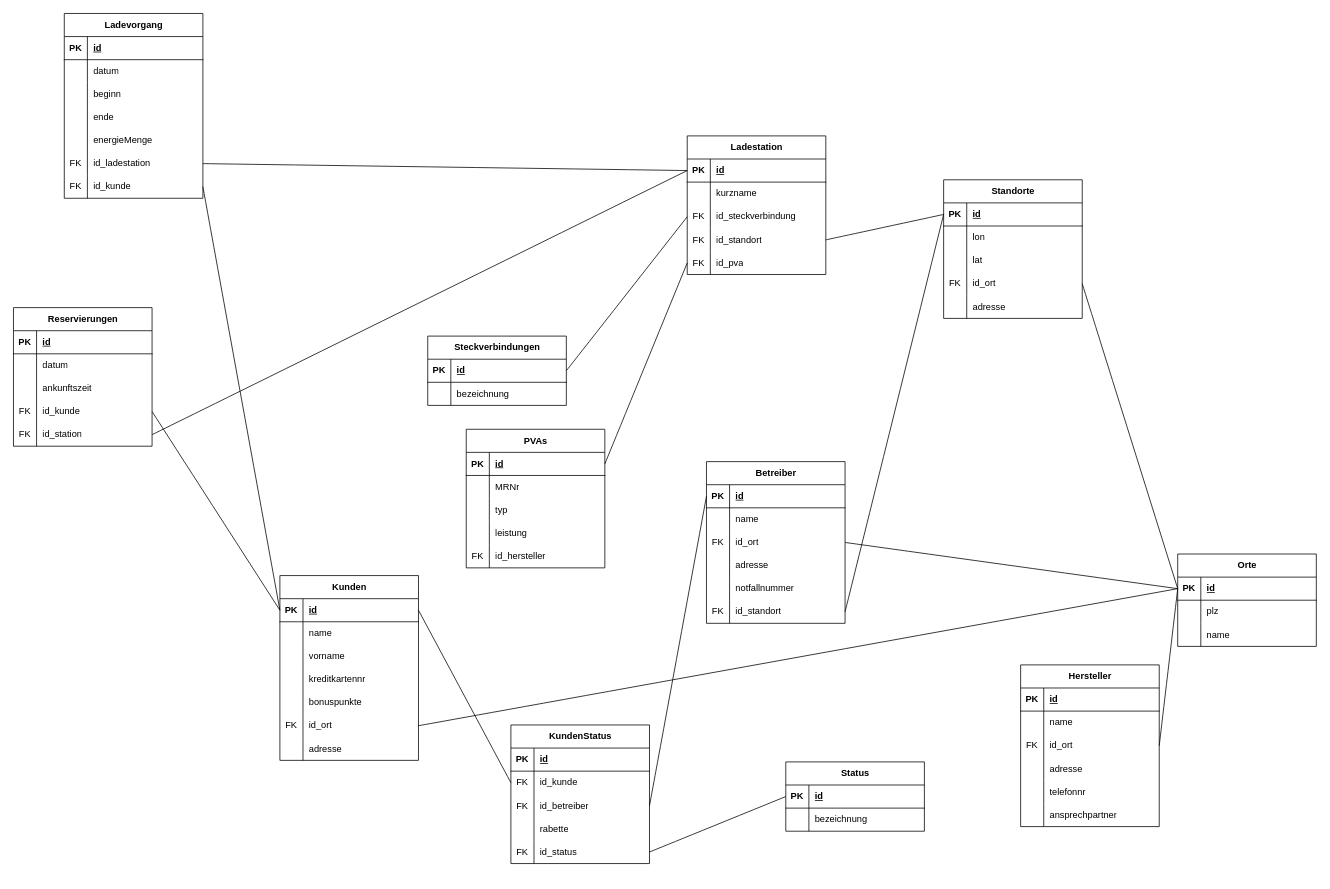
tte09/draw.io keeps this draw.io diagram as Blatt5Nr1.drawio. Above is the earlier version. Source tidied: cells renumbered, new cells numbered last; positions are measured from the earlier drawing's top-left corner, leaving out a move shared by most shapes. Both pictures are drawn from the tidied source at 77%, with x=0, y=0 at pixel (13, 13).
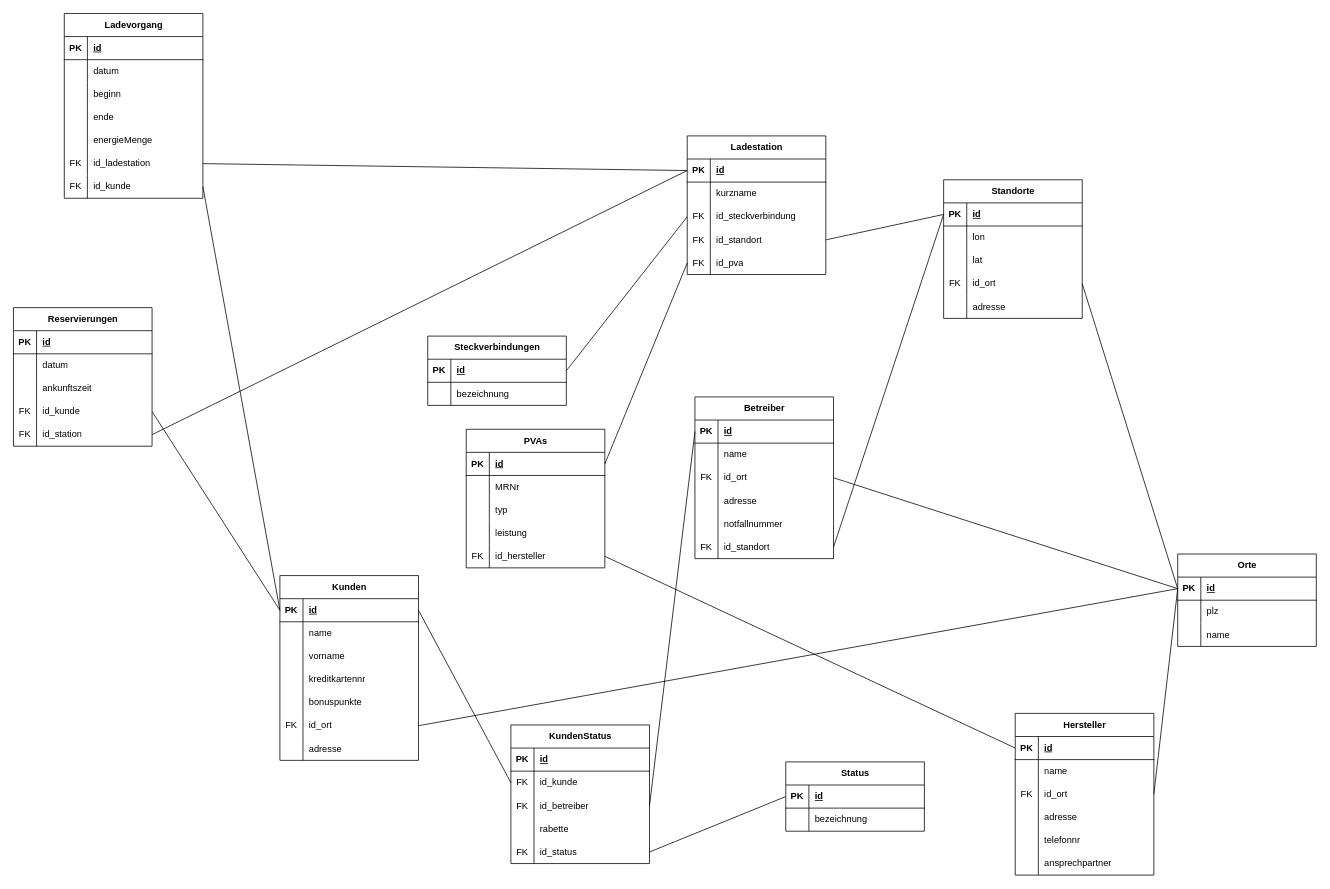
Above is the later version.

Unchanged cells that the change refers to:
```xml
<mxCell id="89" style="shape=tableRow;horizontal=0;startSize=0;swimlaneHead=0;swimlaneBody=0;fillColor=none;points=[[0,0.5],[1,0.5]];portConstraint=eastwest;top=0;left=0;right=0;bottom=0;" parent="76" vertex="1">
  <mxGeometry y="150" width="180" height="30" as="geometry" />
</mxCell>
<mxCell id="94" style="shape=tableRow;horizontal=0;startSize=0;swimlaneHead=0;swimlaneBody=0;fillColor=none;points=[[0,0.5],[1,0.5]];portConstraint=eastwest;top=0;left=0;right=0;bottom=1;" parent="93" vertex="1">
  <mxGeometry y="30" width="180" height="30" as="geometry" />
</mxCell>
```

Diff of the diagram source:
```diff
@@
     <mxCell id="55" value="Betreiber" style="shape=table;startSize=30;childLayout=tableLayout;rowLines=0;fontStyle=1;align=center;html=1;" parent="1" vertex="1">
-      <mxGeometry x="900" y="582" width="180" height="210" as="geometry" />
+      <mxGeometry x="885" y="498" width="180" height="210" as="geometry" />
     </mxCell>
@@
     <mxCell id="93" value="Hersteller" style="shape=table;startSize=30;childLayout=tableLayout;rowLines=0;fontStyle=1;align=center;html=1;" parent="1" vertex="1">
-      <mxGeometry x="1308" y="846" width="180" height="210" as="geometry" />
+      <mxGeometry x="1301" y="909" width="180" height="210" as="geometry" />
     </mxCell>
@@
+    <mxCell id="204" style="endArrow=none;html=1;rounded=0;fontSize=12;startSize=8;endSize=8;curved=1;exitX=1;exitY=0.5;exitDx=0;exitDy=0;entryX=0;entryY=0.5;entryDx=0;entryDy=0;" parent="1" edge="1" source="89" target="94">
+      <mxGeometry relative="1" as="geometry" />
+    </mxCell>
```
